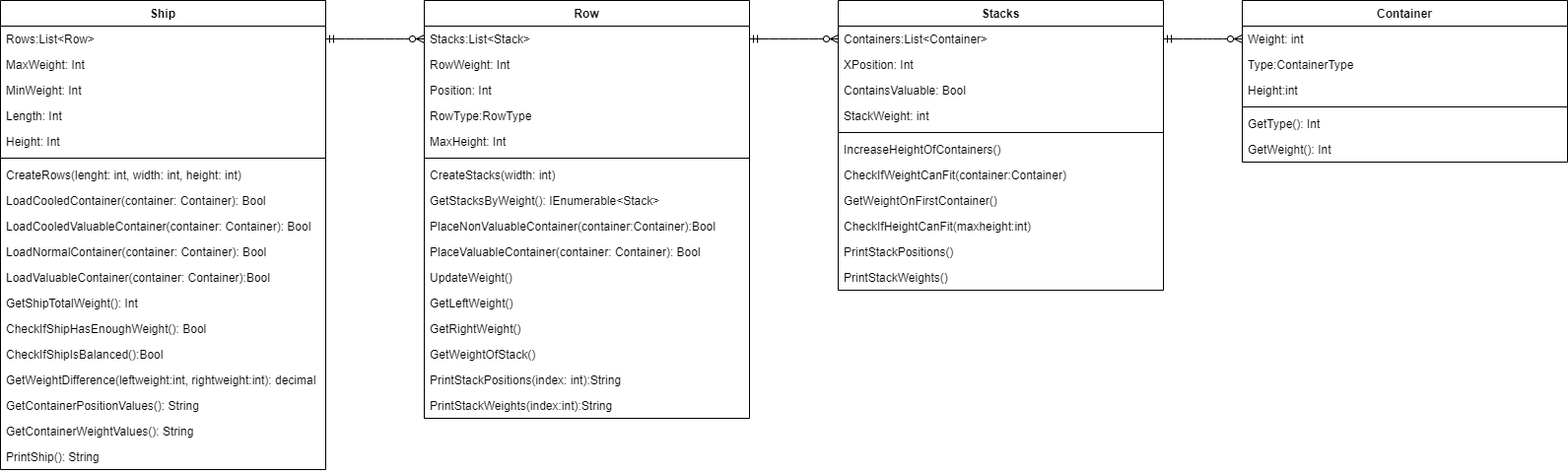
The draw.io diagram ContainerVervoerUML.png in dirkzon/Container_Vervoer, before a commit. Source tidied: cells renumbered, new cells last; positions are measured from the earlier drawing's top-left corner, leaving out a move shared by most shapes.
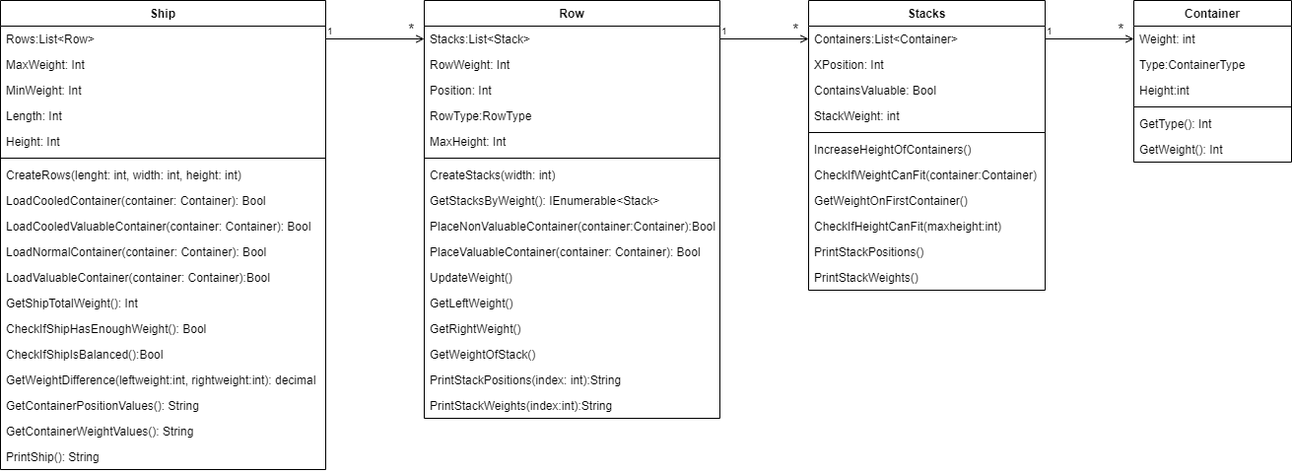
Later version of the same file.

The edit, as a diff of the source:
```diff
@@ -59,122 +59,146 @@
     <mxCell id="20" value="PrintShip(): String" style="text;strokeColor=none;fillColor=none;align=left;verticalAlign=top;spacingLeft=4;spacingRight=4;overflow=hidden;" parent="2" vertex="1">
       <mxGeometry y="450" width="330" height="26" as="geometry" />
     </mxCell>
+    <mxCell id="40" value="Row" style="swimlane;fontStyle=1;align=center;verticalAlign=top;horizontal=1;startSize=26;" parent="1" vertex="1">
+      <mxGeometry x="430" width="300" height="424" as="geometry" />
+    </mxCell>
+    <mxCell id="41" value="Stacks:List&lt;Stack&gt;" style="text;strokeColor=none;fillColor=none;align=left;verticalAlign=top;spacingLeft=4;spacingRight=4;overflow=hidden;points=[[0,0.5],[1,0.5]];portConstraint=eastwest;" parent="40" vertex="1">
+      <mxGeometry y="26" width="300" height="26" as="geometry" />
+    </mxCell>
+    <mxCell id="42" value="RowWeight: Int" style="text;strokeColor=none;fillColor=none;align=left;verticalAlign=top;spacingLeft=4;spacingRight=4;overflow=hidden;" parent="40" vertex="1">
+      <mxGeometry y="52" width="300" height="26" as="geometry" />
+    </mxCell>
+    <mxCell id="43" value="Position: Int " style="text;strokeColor=none;fillColor=none;align=left;verticalAlign=top;spacingLeft=4;spacingRight=4;overflow=hidden;" parent="40" vertex="1">
+      <mxGeometry y="78" width="300" height="26" as="geometry" />
+    </mxCell>
+    <mxCell id="44" value="RowType:RowType" style="text;strokeColor=none;fillColor=none;align=left;verticalAlign=top;spacingLeft=4;spacingRight=4;overflow=hidden;" parent="40" vertex="1">
+      <mxGeometry y="104" width="300" height="26" as="geometry" />
+    </mxCell>
+    <mxCell id="45" value="MaxHeight: Int" style="text;strokeColor=none;fillColor=none;align=left;verticalAlign=top;spacingLeft=4;spacingRight=4;overflow=hidden;" parent="40" vertex="1">
+      <mxGeometry y="130" width="300" height="26" as="geometry" />
+    </mxCell>
+    <mxCell id="46" style="line;strokeWidth=1;fillColor=none;align=left;verticalAlign=middle;spacingTop=-1;spacingLeft=3;spacingRight=3;labelPosition=right;" parent="40" vertex="1">
+      <mxGeometry y="156" width="300" height="8" as="geometry" />
+    </mxCell>
+    <mxCell id="47" value="CreateStacks(width: int)" style="text;strokeColor=none;fillColor=none;align=left;verticalAlign=top;spacingLeft=4;spacingRight=4;overflow=hidden;" parent="40" vertex="1">
+      <mxGeometry y="164" width="300" height="26" as="geometry" />
+    </mxCell>
+    <mxCell id="48" value="GetStacksByWeight(): IEnumerable&lt;Stack&gt;" style="text;strokeColor=none;fillColor=none;align=left;verticalAlign=top;spacingLeft=4;spacingRight=4;overflow=hidden;" parent="40" vertex="1">
+      <mxGeometry y="190" width="300" height="26" as="geometry" />
+    </mxCell>
+    <mxCell id="49" value="PlaceNonValuableContainer(container:Container):Bool" style="text;strokeColor=none;fillColor=none;align=left;verticalAlign=top;spacingLeft=4;spacingRight=4;overflow=hidden;" parent="40" vertex="1">
+      <mxGeometry y="216" width="300" height="26" as="geometry" />
+    </mxCell>
+    <mxCell id="50" value="PlaceValuableContainer(container: Container): Bool" style="text;strokeColor=none;fillColor=none;align=left;verticalAlign=top;spacingLeft=4;spacingRight=4;overflow=hidden;" parent="40" vertex="1">
+      <mxGeometry y="242" width="300" height="26" as="geometry" />
+    </mxCell>
+    <mxCell id="51" value="UpdateWeight()" style="text;strokeColor=none;fillColor=none;align=left;verticalAlign=top;spacingLeft=4;spacingRight=4;overflow=hidden;" parent="40" vertex="1">
+      <mxGeometry y="268" width="300" height="26" as="geometry" />
+    </mxCell>
+    <mxCell id="52" value="GetLeftWeight()" style="text;strokeColor=none;fillColor=none;align=left;verticalAlign=top;spacingLeft=4;spacingRight=4;overflow=hidden;" parent="40" vertex="1">
+      <mxGeometry y="294" width="300" height="26" as="geometry" />
+    </mxCell>
+    <mxCell id="53" value="GetRightWeight()" style="text;strokeColor=none;fillColor=none;align=left;verticalAlign=top;spacingLeft=4;spacingRight=4;overflow=hidden;" parent="40" vertex="1">
+      <mxGeometry y="320" width="300" height="26" as="geometry" />
+    </mxCell>
+    <mxCell id="54" value="GetWeightOfStack()" style="text;strokeColor=none;fillColor=none;align=left;verticalAlign=top;spacingLeft=4;spacingRight=4;overflow=hidden;" parent="40" vertex="1">
+      <mxGeometry y="346" width="300" height="26" as="geometry" />
+    </mxCell>
+    <mxCell id="55" value="PrintStackPositions(index: int):String" style="text;strokeColor=none;fillColor=none;align=left;verticalAlign=top;spacingLeft=4;spacingRight=4;overflow=hidden;" parent="40" vertex="1">
+      <mxGeometry y="372" width="300" height="26" as="geometry" />
+    </mxCell>
+    <mxCell id="56" value="PrintStackWeights(index:int):String" style="text;strokeColor=none;fillColor=none;align=left;verticalAlign=top;spacingLeft=4;spacingRight=4;overflow=hidden;" parent="40" vertex="1">
+      <mxGeometry y="398" width="300" height="26" as="geometry" />
+    </mxCell>
     <mxCell id="21" value="Stacks" style="swimlane;fontStyle=1;align=center;verticalAlign=top;horizontal=1;startSize=26;" parent="1" vertex="1">
-      <mxGeometry x="850" width="330" height="294" as="geometry" />
+      <mxGeometry x="820" width="240" height="294" as="geometry" />
     </mxCell>
     <mxCell id="22" value="Containers:List&lt;Container&gt;" style="text;strokeColor=none;fillColor=none;align=left;verticalAlign=top;spacingLeft=4;spacingRight=4;overflow=hidden;points=[[0,0.5],[1,0.5]];portConstraint=eastwest;" parent="21" vertex="1">
-      <mxGeometry y="26" width="330" height="26" as="geometry" />
+      <mxGeometry y="26" width="240" height="26" as="geometry" />
     </mxCell>
     <mxCell id="23" value="XPosition: Int" style="text;strokeColor=none;fillColor=none;align=left;verticalAlign=top;spacingLeft=4;spacingRight=4;overflow=hidden;" parent="21" vertex="1">
-      <mxGeometry y="52" width="330" height="26" as="geometry" />
+      <mxGeometry y="52" width="240" height="26" as="geometry" />
     </mxCell>
     <mxCell id="24" value="ContainsValuable: Bool" style="text;strokeColor=none;fillColor=none;align=left;verticalAlign=top;spacingLeft=4;spacingRight=4;overflow=hidden;" parent="21" vertex="1">
-      <mxGeometry y="78" width="330" height="26" as="geometry" />
+      <mxGeometry y="78" width="240" height="26" as="geometry" />
     </mxCell>
     <mxCell id="25" value="StackWeight: int" style="text;strokeColor=none;fillColor=none;align=left;verticalAlign=top;spacingLeft=4;spacingRight=4;overflow=hidden;" parent="21" vertex="1">
-      <mxGeometry y="104" width="330" height="26" as="geometry" />
+      <mxGeometry y="104" width="240" height="26" as="geometry" />
     </mxCell>
     <mxCell id="26" style="line;strokeWidth=1;fillColor=none;align=left;verticalAlign=middle;spacingTop=-1;spacingLeft=3;spacingRight=3;labelPosition=right;" parent="21" vertex="1">
-      <mxGeometry y="130" width="330" height="8" as="geometry" />
+      <mxGeometry y="130" width="240" height="8" as="geometry" />
     </mxCell>
     <mxCell id="27" value="IncreaseHeightOfContainers()" style="text;strokeColor=none;fillColor=none;align=left;verticalAlign=top;spacingLeft=4;spacingRight=4;overflow=hidden;" parent="21" vertex="1">
-      <mxGeometry y="138" width="330" height="26" as="geometry" />
+      <mxGeometry y="138" width="240" height="26" as="geometry" />
     </mxCell>
     <mxCell id="28" value="CheckIfWeightCanFit(container:Container)" style="text;strokeColor=none;fillColor=none;align=left;verticalAlign=top;spacingLeft=4;spacingRight=4;overflow=hidden;" parent="21" vertex="1">
-      <mxGeometry y="164" width="330" height="26" as="geometry" />
+      <mxGeometry y="164" width="240" height="26" as="geometry" />
     </mxCell>
     <mxCell id="29" value="GetWeightOnFirstContainer()" style="text;strokeColor=none;fillColor=none;align=left;verticalAlign=top;spacingLeft=4;spacingRight=4;overflow=hidden;" parent="21" vertex="1">
-      <mxGeometry y="190" width="330" height="26" as="geometry" />
+      <mxGeometry y="190" width="240" height="26" as="geometry" />
     </mxCell>
     <mxCell id="30" value="CheckIfHeightCanFit(maxheight:int)" style="text;strokeColor=none;fillColor=none;align=left;verticalAlign=top;spacingLeft=4;spacingRight=4;overflow=hidden;" parent="21" vertex="1">
-      <mxGeometry y="216" width="330" height="26" as="geometry" />
+      <mxGeometry y="216" width="240" height="26" as="geometry" />
     </mxCell>
     <mxCell id="31" value="PrintStackPositions()" style="text;strokeColor=none;fillColor=none;align=left;verticalAlign=top;spacingLeft=4;spacingRight=4;overflow=hidden;" parent="21" vertex="1">
-      <mxGeometry y="242" width="330" height="26" as="geometry" />
+      <mxGeometry y="242" width="240" height="26" as="geometry" />
     </mxCell>
     <mxCell id="32" value="PrintStackWeights()" style="text;strokeColor=none;fillColor=none;align=left;verticalAlign=top;spacingLeft=4;spacingRight=4;overflow=hidden;" parent="21" vertex="1">
-      <mxGeometry y="268" width="330" height="26" as="geometry" />
+      <mxGeometry y="268" width="240" height="26" as="geometry" />
     </mxCell>
     <mxCell id="33" value="Container" style="swimlane;fontStyle=1;align=center;verticalAlign=top;horizontal=1;startSize=26;" parent="1" vertex="1">
-      <mxGeometry x="1260" width="330" height="164" as="geometry" />
+      <mxGeometry x="1150" width="160" height="164" as="geometry" />
     </mxCell>
     <mxCell id="34" value="Weight: int " style="text;strokeColor=none;fillColor=none;align=left;verticalAlign=top;spacingLeft=4;spacingRight=4;overflow=hidden;points=[[0,0.5],[1,0.5]];portConstraint=eastwest;" parent="33" vertex="1">
-      <mxGeometry y="26" width="330" height="26" as="geometry" />
+      <mxGeometry y="26" width="160" height="26" as="geometry" />
     </mxCell>
     <mxCell id="35" value="Type:ContainerType" style="text;strokeColor=none;fillColor=none;align=left;verticalAlign=top;spacingLeft=4;spacingRight=4;overflow=hidden;" parent="33" vertex="1">
-      <mxGeometry y="52" width="330" height="26" as="geometry" />
+      <mxGeometry y="52" width="160" height="26" as="geometry" />
     </mxCell>
     <mxCell id="36" value="Height:int" style="text;strokeColor=none;fillColor=none;align=left;verticalAlign=top;spacingLeft=4;spacingRight=4;overflow=hidden;" parent="33" vertex="1">
-      <mxGeometry y="78" width="330" height="26" as="geometry" />
+      <mxGeometry y="78" width="160" height="26" as="geometry" />
     </mxCell>
     <mxCell id="37" style="line;strokeWidth=1;fillColor=none;align=left;verticalAlign=middle;spacingTop=-1;spacingLeft=3;spacingRight=3;labelPosition=right;" parent="33" vertex="1">
-      <mxGeometry y="104" width="330" height="8" as="geometry" />
+      <mxGeometry y="104" width="160" height="8" as="geometry" />
     </mxCell>
     <mxCell id="38" value="GetType(): Int" style="text;strokeColor=none;fillColor=none;align=left;verticalAlign=top;spacingLeft=4;spacingRight=4;overflow=hidden;" parent="33" vertex="1">
-      <mxGeometry y="112" width="330" height="26" as="geometry" />
+      <mxGeometry y="112" width="160" height="26" as="geometry" />
     </mxCell>
     <mxCell id="39" value="GetWeight(): Int" style="text;strokeColor=none;fillColor=none;align=left;verticalAlign=top;spacingLeft=4;spacingRight=4;overflow=hidden;" parent="33" vertex="1">
-      <mxGeometry y="138" width="330" height="26" as="geometry" />
+      <mxGeometry y="138" width="160" height="26" as="geometry" />
     </mxCell>
-    <mxCell id="40" value="Row" style="swimlane;fontStyle=1;align=center;verticalAlign=top;horizontal=1;startSize=26;" parent="1" vertex="1">
-      <mxGeometry x="430" width="330" height="424" as="geometry" />
-    </mxCell>
-    <mxCell id="41" value="Stacks:List&lt;Stack&gt;" style="text;strokeColor=none;fillColor=none;align=left;verticalAlign=top;spacingLeft=4;spacingRight=4;overflow=hidden;points=[[0,0.5],[1,0.5]];portConstraint=eastwest;" parent="40" vertex="1">
-      <mxGeometry y="26" width="330" height="26" as="geometry" />
-    </mxCell>
-    <mxCell id="42" value="RowWeight: Int" style="text;strokeColor=none;fillColor=none;align=left;verticalAlign=top;spacingLeft=4;spacingRight=4;overflow=hidden;" parent="40" vertex="1">
-      <mxGeometry y="52" width="330" height="26" as="geometry" />
-    </mxCell>
-    <mxCell id="43" value="Position: Int " style="text;strokeColor=none;fillColor=none;align=left;verticalAlign=top;spacingLeft=4;spacingRight=4;overflow=hidden;" parent="40" vertex="1">
-      <mxGeometry y="78" width="330" height="26" as="geometry" />
-    </mxCell>
-    <mxCell id="44" value="RowType:RowType" style="text;strokeColor=none;fillColor=none;align=left;verticalAlign=top;spacingLeft=4;spacingRight=4;overflow=hidden;" parent="40" vertex="1">
-      <mxGeometry y="104" width="330" height="26" as="geometry" />
-    </mxCell>
-    <mxCell id="45" value="MaxHeight: Int" style="text;strokeColor=none;fillColor=none;align=left;verticalAlign=top;spacingLeft=4;spacingRight=4;overflow=hidden;" parent="40" vertex="1">
-      <mxGeometry y="130" width="330" height="26" as="geometry" />
-    </mxCell>
-    <mxCell id="46" style="line;strokeWidth=1;fillColor=none;align=left;verticalAlign=middle;spacingTop=-1;spacingLeft=3;spacingRight=3;labelPosition=right;" parent="40" vertex="1">
-      <mxGeometry y="156" width="330" height="8" as="geometry" />
-    </mxCell>
-    <mxCell id="47" value="CreateStacks(width: int)" style="text;strokeColor=none;fillColor=none;align=left;verticalAlign=top;spacingLeft=4;spacingRight=4;overflow=hidden;" parent="40" vertex="1">
-      <mxGeometry y="164" width="330" height="26" as="geometry" />
-    </mxCell>
-    <mxCell id="48" value="GetStacksByWeight(): IEnumerable&lt;Stack&gt;" style="text;strokeColor=none;fillColor=none;align=left;verticalAlign=top;spacingLeft=4;spacingRight=4;overflow=hidden;" parent="40" vertex="1">
-      <mxGeometry y="190" width="330" height="26" as="geometry" />
-    </mxCell>
-    <mxCell id="49" value="PlaceNonValuableContainer(container:Container):Bool" style="text;strokeColor=none;fillColor=none;align=left;verticalAlign=top;spacingLeft=4;spacingRight=4;overflow=hidden;" parent="40" vertex="1">
-      <mxGeometry y="216" width="330" height="26" as="geometry" />
-    </mxCell>
-    <mxCell id="50" value="PlaceValuableContainer(container: Container): Bool" style="text;strokeColor=none;fillColor=none;align=left;verticalAlign=top;spacingLeft=4;spacingRight=4;overflow=hidden;" parent="40" vertex="1">
-      <mxGeometry y="242" width="330" height="26" as="geometry" />
-    </mxCell>
-    <mxCell id="51" value="UpdateWeight()" style="text;strokeColor=none;fillColor=none;align=left;verticalAlign=top;spacingLeft=4;spacingRight=4;overflow=hidden;" parent="40" vertex="1">
-      <mxGeometry y="268" width="330" height="26" as="geometry" />
-    </mxCell>
-    <mxCell id="52" value="GetLeftWeight()" style="text;strokeColor=none;fillColor=none;align=left;verticalAlign=top;spacingLeft=4;spacingRight=4;overflow=hidden;" parent="40" vertex="1">
-      <mxGeometry y="294" width="330" height="26" as="geometry" />
-    </mxCell>
-    <mxCell id="53" value="GetRightWeight()" style="text;strokeColor=none;fillColor=none;align=left;verticalAlign=top;spacingLeft=4;spacingRight=4;overflow=hidden;" parent="40" vertex="1">
-      <mxGeometry y="320" width="330" height="26" as="geometry" />
-    </mxCell>
-    <mxCell id="54" value="GetWeightOfStack()" style="text;strokeColor=none;fillColor=none;align=left;verticalAlign=top;spacingLeft=4;spacingRight=4;overflow=hidden;" parent="40" vertex="1">
-      <mxGeometry y="346" width="330" height="26" as="geometry" />
-    </mxCell>
-    <mxCell id="55" value="PrintStackPositions(index: int):String" style="text;strokeColor=none;fillColor=none;align=left;verticalAlign=top;spacingLeft=4;spacingRight=4;overflow=hidden;" parent="40" vertex="1">
-      <mxGeometry y="372" width="330" height="26" as="geometry" />
-    </mxCell>
-    <mxCell id="56" value="PrintStackWeights(index:int):String" style="text;strokeColor=none;fillColor=none;align=left;verticalAlign=top;spacingLeft=4;spacingRight=4;overflow=hidden;" parent="40" vertex="1">
-      <mxGeometry y="398" width="330" height="26" as="geometry" />
-    </mxCell>
-    <mxCell id="57" style="edgeStyle=entityRelationEdgeStyle;fontSize=12;html=1;endArrow=ERzeroToMany;startArrow=ERmandOne;exitX=1;exitY=0.5;exitDx=0;exitDy=0;entryX=0;entryY=0.5;entryDx=0;entryDy=0;" parent="1" edge="1" source="3" target="41">
+    <mxCell id="57" style="endArrow=open;html=1;endFill=0;entryX=0;entryY=0.5;entryDx=0;entryDy=0;exitX=1;exitY=0.5;exitDx=0;exitDy=0;" parent="1" edge="1" source="3" target="41">
       <mxGeometry relative="1" as="geometry" />
     </mxCell>
+    <mxCell id="60" value="1" style="html=1;align=left;verticalAlign=bottom;labelBackgroundColor=#ffffff;fontSize=10;" parent="57" vertex="1">
+      <mxGeometry x="-1" relative="1" as="geometry" />
+    </mxCell>
+    <mxCell id="61" value="&lt;font style=&quot;font-size: 15px&quot;&gt;*&lt;/font&gt;" style="html=1;align=right;verticalAlign=bottom;labelBackgroundColor=#ffffff;fontSize=10;" parent="57" vertex="1">
+      <mxGeometry x="1" relative="1" as="geometry">
+        <mxPoint x="-10" y="1" as="offset" />
+      </mxGeometry>
+    </mxCell>
-    <mxCell id="58" style="edgeStyle=entityRelationEdgeStyle;fontSize=12;html=1;endArrow=ERzeroToMany;startArrow=ERmandOne;exitX=1;exitY=0.5;exitDx=0;exitDy=0;entryX=0;entryY=0.5;entryDx=0;entryDy=0;" parent="1" edge="1" source="41" target="22">
+    <mxCell id="58" style="endArrow=open;html=1;endFill=0;entryX=0;entryY=0.5;entryDx=0;entryDy=0;exitX=1;exitY=0.5;exitDx=0;exitDy=0;" parent="1" edge="1" source="41" target="22">
       <mxGeometry relative="1" as="geometry" />
     </mxCell>
+    <mxCell id="62" value="1" style="html=1;align=left;verticalAlign=bottom;labelBackgroundColor=#ffffff;fontSize=10;" parent="58" vertex="1">
+      <mxGeometry x="-1" relative="1" as="geometry" />
+    </mxCell>
+    <mxCell id="63" value="&lt;font style=&quot;font-size: 15px&quot;&gt;*&lt;/font&gt;" style="html=1;align=right;verticalAlign=bottom;labelBackgroundColor=#ffffff;fontSize=10;" parent="58" vertex="1">
+      <mxGeometry x="1" relative="1" as="geometry">
+        <mxPoint x="-10" y="1" as="offset" />
+      </mxGeometry>
+    </mxCell>
-    <mxCell id="59" style="edgeStyle=entityRelationEdgeStyle;fontSize=12;html=1;endArrow=ERzeroToMany;startArrow=ERmandOne;exitX=1;exitY=0.5;exitDx=0;exitDy=0;entryX=0;entryY=0.5;entryDx=0;entryDy=0;" parent="1" edge="1" source="22" target="34">
+    <mxCell id="59" style="endArrow=open;html=1;endFill=0;entryX=0;entryY=0.5;entryDx=0;entryDy=0;exitX=1;exitY=0.5;exitDx=0;exitDy=0;" parent="1" edge="1" source="22" target="34">
       <mxGeometry relative="1" as="geometry" />
     </mxCell>
+    <mxCell id="64" value="1" style="html=1;align=left;verticalAlign=bottom;labelBackgroundColor=#ffffff;fontSize=10;" parent="59" vertex="1">
+      <mxGeometry x="-1" relative="1" as="geometry" />
+    </mxCell>
+    <mxCell id="65" value="&lt;font style=&quot;font-size: 15px&quot;&gt;*&lt;/font&gt;" style="html=1;align=right;verticalAlign=bottom;labelBackgroundColor=#ffffff;fontSize=10;" parent="59" vertex="1">
+      <mxGeometry x="1" relative="1" as="geometry">
+        <mxPoint x="-10" y="1" as="offset" />
+      </mxGeometry>
+    </mxCell>
   </root>
 </mxGraphModel>
```
